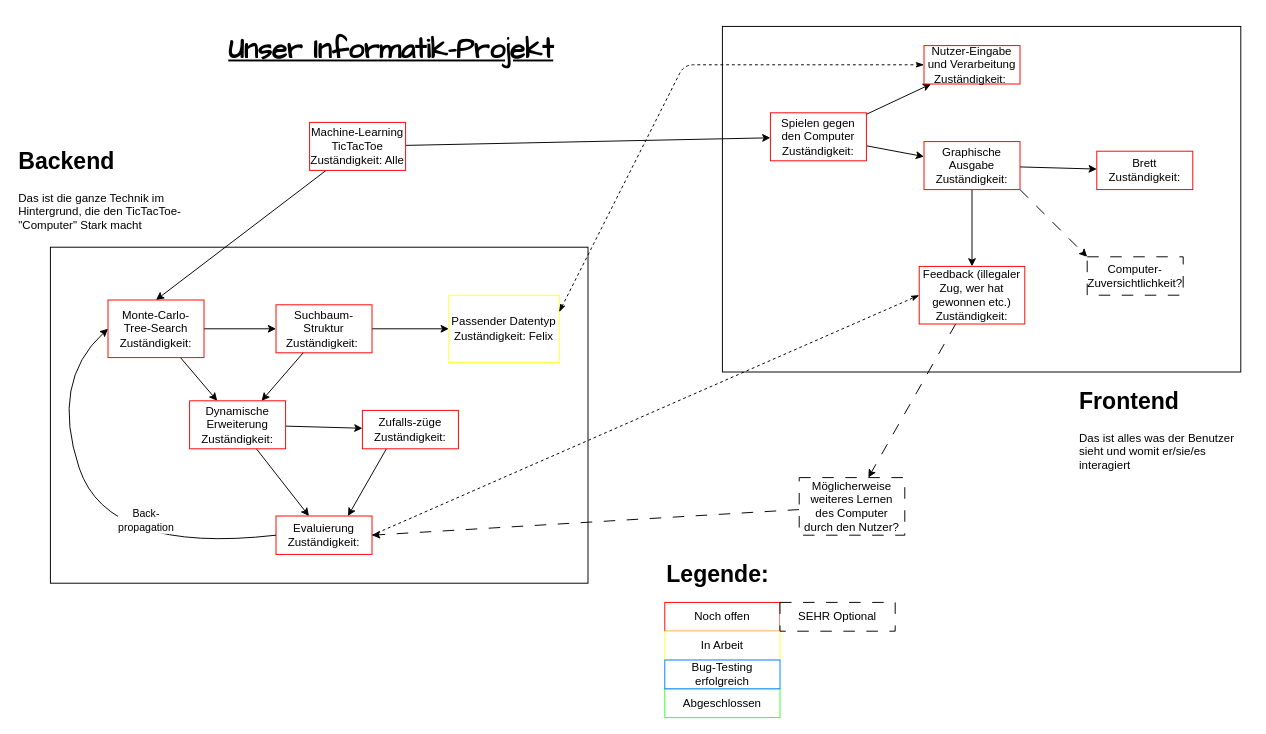
Before: Organigramm.drawio in FranzImsch/mcts-tic-tac-toe, a draw.io diagram. Source tidied: cells renumbered, new cells numbered last; positions are measured from the earlier drawing's top-left corner, leaving out a move shared by most shapes. Both pictures are drawn from the tidied source at 96%, with x=0, y=0 at pixel (16, 16).
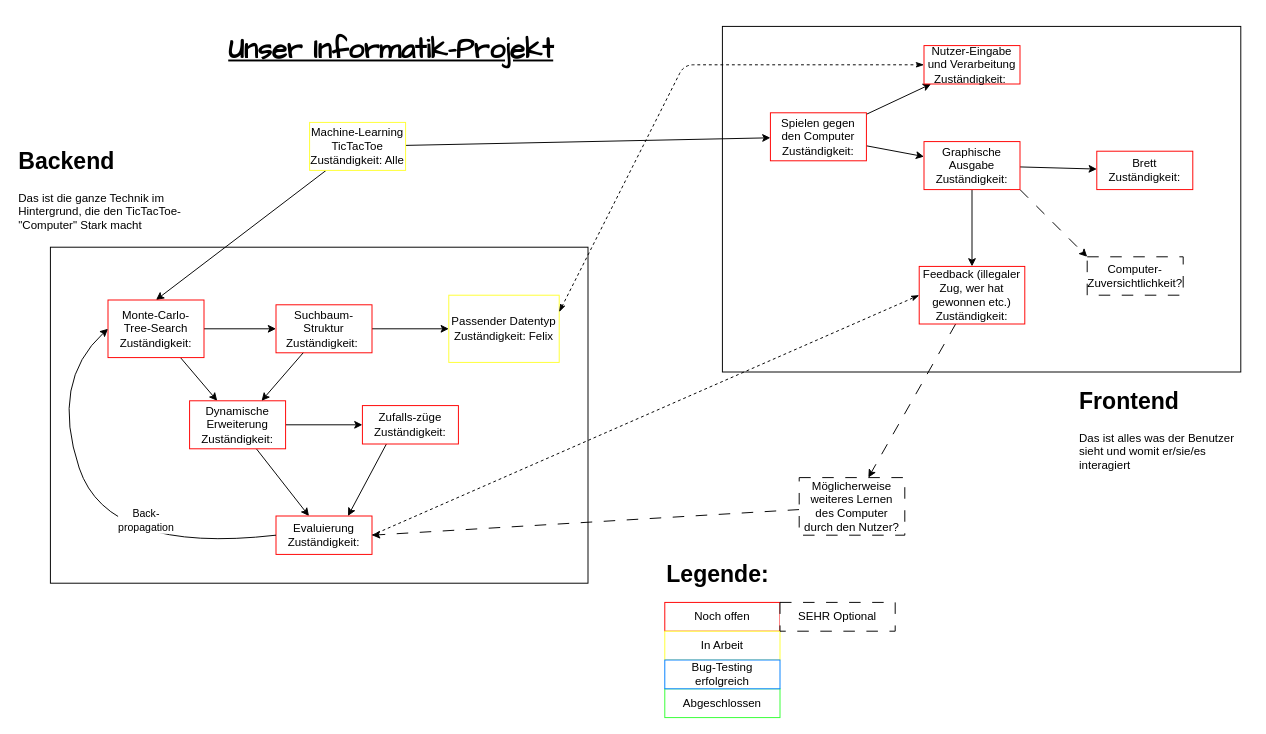
The same page after the edit.

Commit message:
Organigramm zum main-branch hinzugefügt

Change to the diagram source:
```diff
@@
-    <mxCell id="8" value="Machine-Learning&lt;div&gt;TicTacToe&lt;/div&gt;&lt;div&gt;Zuständigkeit: Alle&lt;/div&gt;" style="whiteSpace=wrap;html=1;align=center;strokeColor=light-dark(#ff0000, #ededed);" parent="1" vertex="1">
+    <mxCell id="8" value="Machine-Learning&lt;div&gt;TicTacToe&lt;/div&gt;&lt;div&gt;Zuständigkeit: Alle&lt;/div&gt;" style="whiteSpace=wrap;html=1;align=center;strokeColor=#FFFF33;" parent="1" vertex="1">
       <mxGeometry x="305" y="110" width="100" height="50" as="geometry" />
     </mxCell>
@@
     <mxCell id="21" value="Zufalls-züge&lt;div&gt;Zuständigkeit:&lt;/div&gt;" style="whiteSpace=wrap;html=1;align=center;strokeColor=#FF0000;" parent="1" vertex="1">
-      <mxGeometry x="360" y="410" width="100" height="40" as="geometry" />
+      <mxGeometry x="360" y="405" width="100" height="40" as="geometry" />
     </mxCell>
```
